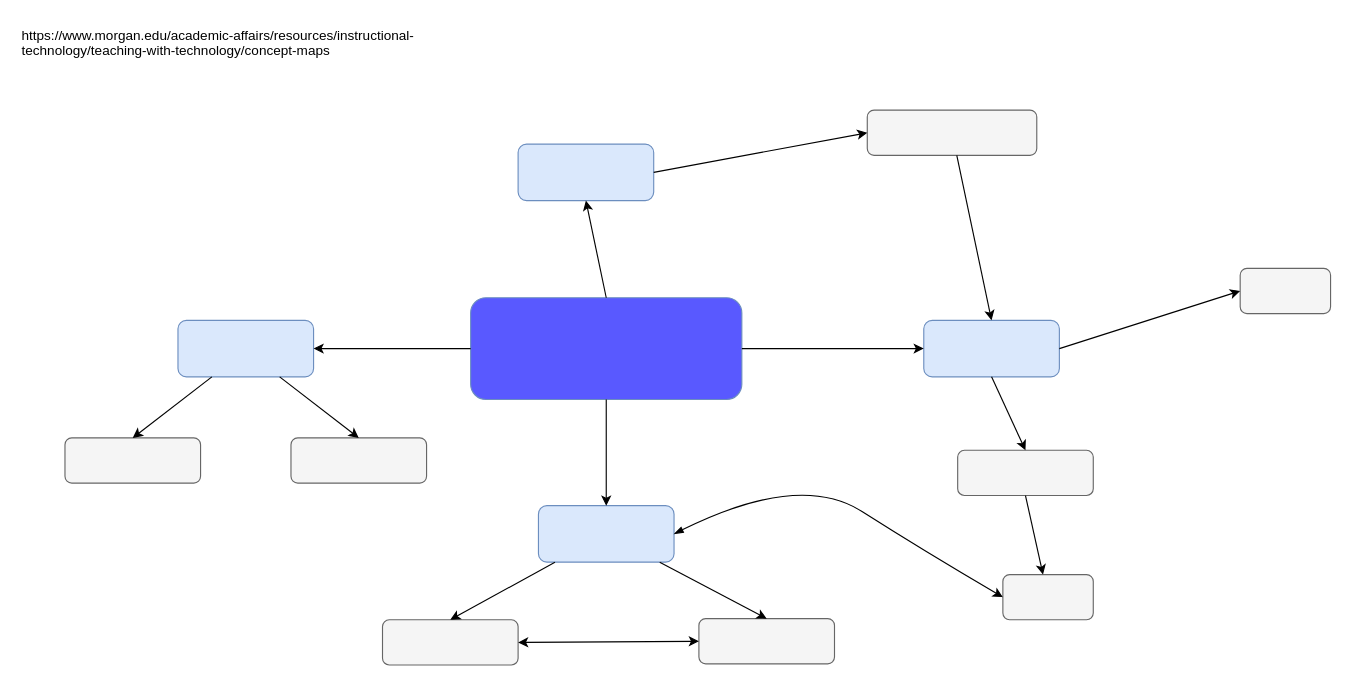
k-wtamu/Capstone keeps this draw.io diagram as page "4.2" (4 of 4) of ConceptMaps.drawio. Above is the earlier version. Source tidied: cells renumbered, new cells numbered last; positions are measured from the earlier drawing's top-left corner, leaving out a move shared by most shapes. Both pictures are drawn from the tidied source at 113%, with x=0, y=0 at pixel (19, 19).
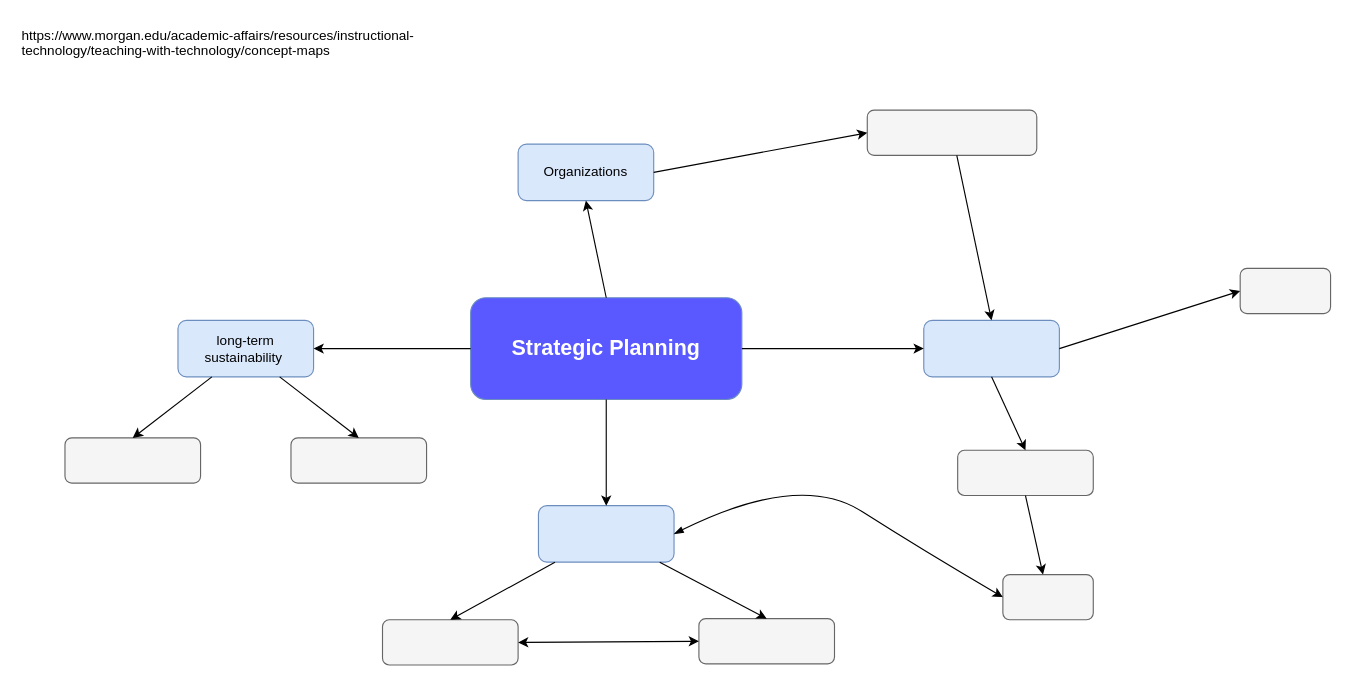
The same page after the edit.

Diff of the diagram source:
```diff
@@
-    <mxCell id="2" style="rounded=1;whiteSpace=wrap;html=1;fillColor=#5959FF;strokeColor=#6c8ebf;gradientColor=none;" parent="1" vertex="1">
+    <mxCell id="2" value="&lt;font style=&quot;color: rgb(255, 255, 255); font-size: 19px;&quot;&gt;&lt;b style=&quot;&quot;&gt;Strategic Planning&lt;/b&gt;&lt;/font&gt;" style="rounded=1;whiteSpace=wrap;html=1;fillColor=#5959FF;strokeColor=#6c8ebf;gradientColor=none;" parent="1" vertex="1">
       <mxGeometry x="399" y="246" width="240" height="90" as="geometry" />
     </mxCell>
-    <mxCell id="3" style="rounded=1;whiteSpace=wrap;html=1;fillColor=#dae8fc;strokeColor=#6c8ebf;" parent="1" vertex="1">
+    <mxCell id="3" value="long-term sustainability&amp;nbsp;" style="rounded=1;whiteSpace=wrap;html=1;fillColor=#dae8fc;strokeColor=#6c8ebf;" parent="1" vertex="1">
       <mxGeometry x="140" y="266" width="120" height="50" as="geometry" />
     </mxCell>
@@
-    <mxCell id="17" style="rounded=1;whiteSpace=wrap;html=1;fillColor=#dae8fc;strokeColor=#6c8ebf;" parent="1" vertex="1">
+    <mxCell id="17" value="Organizations" style="rounded=1;whiteSpace=wrap;html=1;fillColor=#dae8fc;strokeColor=#6c8ebf;" parent="1" vertex="1">
       <mxGeometry x="441" y="110" width="120" height="50" as="geometry" />
     </mxCell>
```
